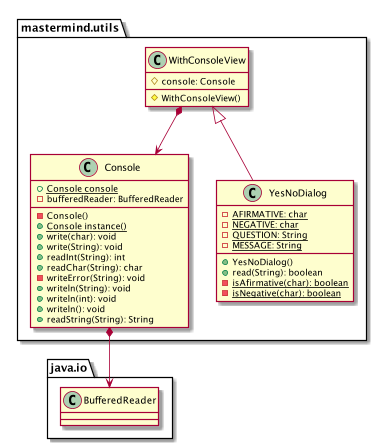
This is docs/images/PackageMasterMindUtils.png from TheMercuryBeat/MasterMind, a PlantUML export, as it was before one commit. Its diagram source:
```plantuml
@startuml

class  mastermind.utils.Console{
    + {static} Console console
    - bufferedReader: BufferedReader
    - Console()
    + {static} Console instance()
    + write(char): void
    + write(String): void
    + readInt(String): int
    + readChar(String): char
    - writeError(String): void
    + writeln(String): void
    + writeln(int): void
    + writeln(): void
    + readString(String): String
}
mastermind.utils.Console *-down-> java.io.BufferedReader

class  mastermind.utils.WithConsoleView{
    # console: Console
    # WithConsoleView()
}
mastermind.utils.WithConsoleView *-down-> mastermind.utils.Console

class  mastermind.utils.YesNoDialog{
    - {static} AFIRMATIVE: char
    - {static} NEGATIVE: char
    - {static} QUESTION: String
    - {static} MESSAGE: String
    + YesNoDialog()
    + read(String): boolean
    - {static} isAfirmative(char): boolean
    - {static} isNegative(char): boolean
    }
mastermind.utils.WithConsoleView <|-down- mastermind.utils.YesNoDialog

@enduml
```
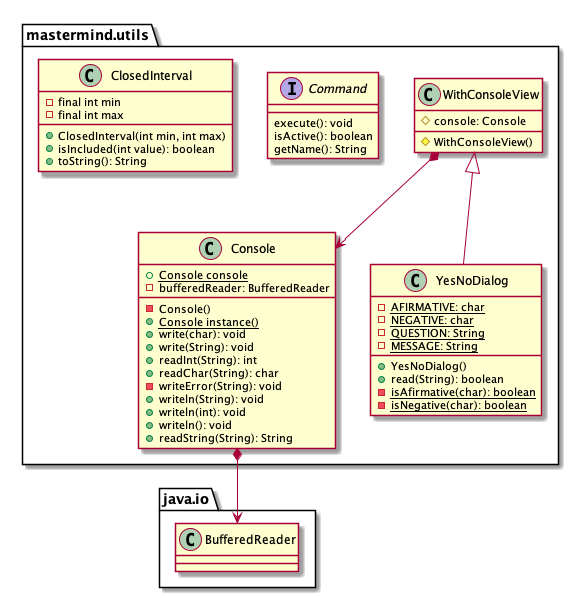
After the change.

Change to the diagram source:
```diff
@@ -35,4 +35,18 @@
     }
 mastermind.utils.WithConsoleView <|-down- mastermind.utils.YesNoDialog
 
+interface mastermind.utils.Command {
+    execute(): void
+    isActive(): boolean
+    getName(): String
+}
+
+class mastermind.utils.ClosedInterval {
+    - final int min
+    - final int max
+    + ClosedInterval(int min, int max)
+    + isIncluded(int value): boolean
+    + toString(): String
+}
+
 @enduml
```
